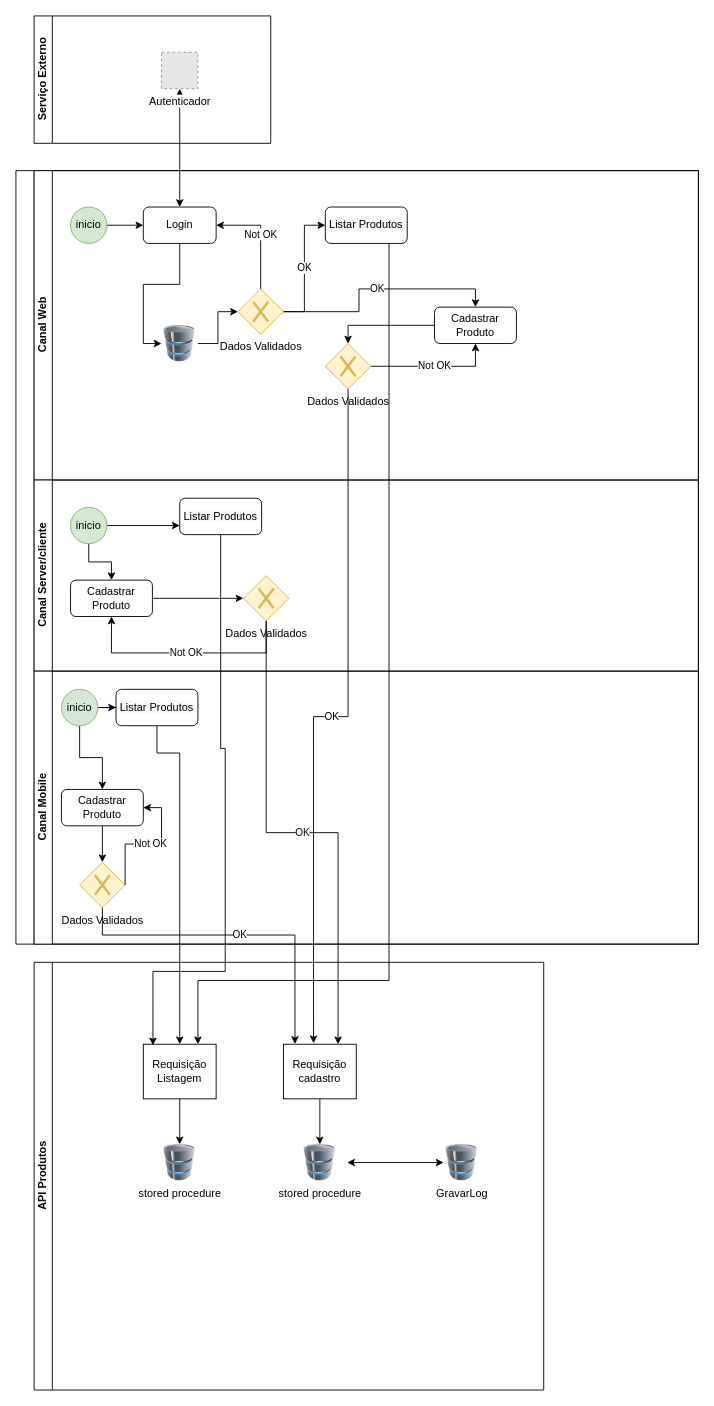
Before: Untitled Diagram.drawio in Solteiro/Projeto-Solteiro-, a draw.io diagram. Source tidied: cells renumbered, new cells numbered last; positions are measured from the earlier drawing's top-left corner, leaving out a move shared by most shapes. Both pictures are drawn from the tidied source at 91%, with x=0, y=0 at pixel (15, 15). Pictures stored in the file or linked from it are replaced by grey dashed boxes.
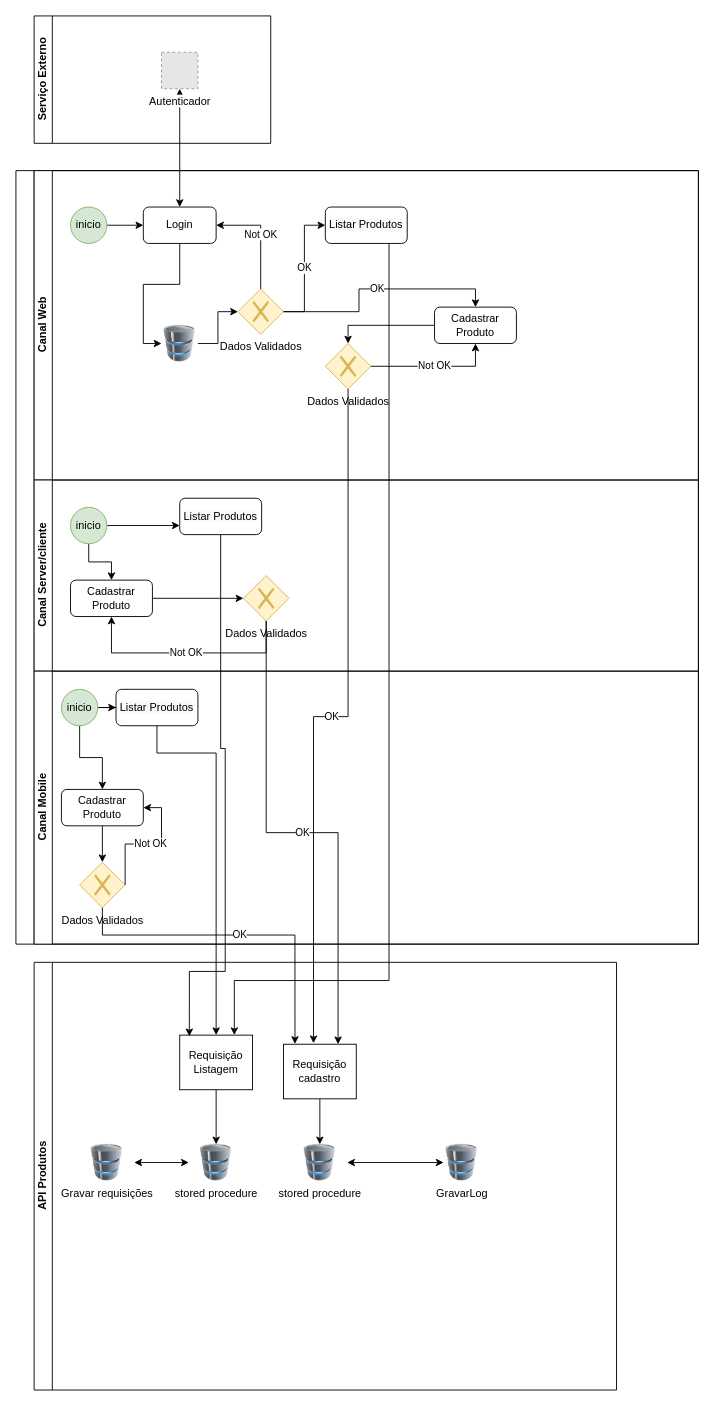
The same diagram, later.

Unchanged cells that the change refers to:
```xml
<mxCell id="6" value="&#10;&#10;&lt;span style=&quot;color: rgb(0, 0, 0); font-family: helvetica; font-size: 12px; font-style: normal; font-weight: 400; letter-spacing: normal; text-align: center; text-indent: 0px; text-transform: none; word-spacing: 0px; background-color: rgb(248, 249, 250); display: inline; float: none;&quot;&gt;Listar Produtos&lt;/span&gt;&#10;&#10;" style="rounded=1;whiteSpace=wrap;html=1;" parent="3" vertex="1">
  <mxGeometry x="320" y="40" width="90" height="40" as="geometry" />
</mxCell>
<mxCell id="23" value="&#10;&#10;&lt;span style=&quot;color: rgb(0, 0, 0); font-family: helvetica; font-size: 12px; font-style: normal; font-weight: 400; letter-spacing: normal; text-align: center; text-indent: 0px; text-transform: none; word-spacing: 0px; background-color: rgb(248, 249, 250); display: inline; float: none;&quot;&gt;Listar Produtos&lt;/span&gt;&#10;&#10;" style="rounded=1;whiteSpace=wrap;html=1;" parent="19" vertex="1">
  <mxGeometry x="160" y="20" width="90" height="40" as="geometry" />
</mxCell>
<mxCell id="32" value="&#10;&#10;&lt;span style=&quot;color: rgb(0, 0, 0); font-family: helvetica; font-size: 12px; font-style: normal; font-weight: 400; letter-spacing: normal; text-align: center; text-indent: 0px; text-transform: none; word-spacing: 0px; background-color: rgb(248, 249, 250); display: inline; float: none;&quot;&gt;Listar Produtos&lt;/span&gt;&#10;&#10;" style="rounded=1;whiteSpace=wrap;html=1;" parent="28" vertex="1">
  <mxGeometry x="90" y="20" width="90" height="40" as="geometry" />
</mxCell>
```

What changed in the source:
```diff
@@
     <mxCell id="37" value="API Produtos" style="swimlane;html=1;startSize=20;horizontal=0;" parent="1" vertex="1">
-      <mxGeometry x="20" y="1040" width="560" height="470" as="geometry" />
+      <mxGeometry x="20" y="1040" width="640" height="470" as="geometry" />
     </mxCell>
@@
     <mxCell id="41" value="Requisição Listagem" style="rounded=0;whiteSpace=wrap;html=1;fontFamily=Helvetica;fontSize=12;fontColor=#000000;align=center;" parent="37" vertex="1">
-      <mxGeometry x="120" y="90" width="80" height="60" as="geometry" />
+      <mxGeometry x="160" y="80" width="80" height="60" as="geometry" />
     </mxCell>
     <mxCell id="42" value="stored procedure" style="image;html=1;image=img/lib/clip_art/computers/Database_128x128.png;" parent="37" vertex="1">
-      <mxGeometry x="130" y="200" width="60" height="40" as="geometry" />
+      <mxGeometry x="170" y="200" width="60" height="40" as="geometry" />
     </mxCell>
@@
+    <mxCell id="55" value="Gravar requisições" style="image;html=1;image=img/lib/clip_art/computers/Database_128x128.png;" parent="37" vertex="1">
+      <mxGeometry x="50" y="200" width="60" height="40" as="geometry" />
+    </mxCell>
+    <mxCell id="56" style="endArrow=classic;startArrow=classic;html=1;exitX=1;exitY=0.5;exitDx=0;exitDy=0;entryX=0;entryY=0.5;entryDx=0;entryDy=0;" parent="37" edge="1" source="55" target="42">
+      <mxGeometry relative="1" as="geometry" />
+    </mxCell>
     <mxCell id="46" style="edgeStyle=orthogonalEdgeStyle;rounded=0;jettySize=auto;html=1;entryX=0.5;entryY=0;entryDx=0;entryDy=0;" parent="1" edge="1" source="32" target="41">
       <mxGeometry relative="1" as="geometry">
         <Array as="points">
           <mxPoint x="155" y="810" />
-          <mxPoint x="180" y="810" />
+          <mxPoint x="220" y="810" />
         </Array>
       </mxGeometry>
     </mxCell>
     <mxCell id="47" style="edgeStyle=orthogonalEdgeStyle;rounded=0;jettySize=auto;html=1;entryX=0.132;entryY=0.021;entryDx=0;entryDy=0;entryPerimeter=0;" parent="1" edge="1" source="23" target="41">
       <mxGeometry relative="1" as="geometry">
         <Array as="points">
           <mxPoint x="225" y="805" />
           <mxPoint x="230" y="805" />
           <mxPoint x="230" y="1050" />
-          <mxPoint x="151" y="1050" />
+          <mxPoint x="191" y="1050" />
         </Array>
       </mxGeometry>
     </mxCell>
     <mxCell id="48" style="edgeStyle=orthogonalEdgeStyle;rounded=0;jettySize=auto;html=1;entryX=0.75;entryY=0;entryDx=0;entryDy=0;" parent="1" edge="1" source="6" target="41">
       <mxGeometry relative="1" as="geometry">
         <Array as="points">
           <mxPoint x="410" y="1060" />
-          <mxPoint x="200" y="1060" />
+          <mxPoint x="240" y="1060" />
         </Array>
       </mxGeometry>
     </mxCell>
```
